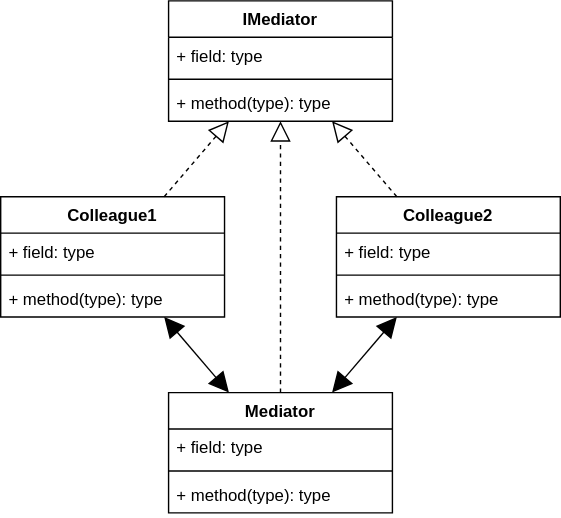
Before: img/mediator_concept.svg, a diagram exported from draw.io (Sean-Bradley/Design-Patterns-In-Python). Source tidied: cells renumbered, new cells last; positions are measured from the earlier drawing's top-left corner, leaving out a move shared by most shapes.
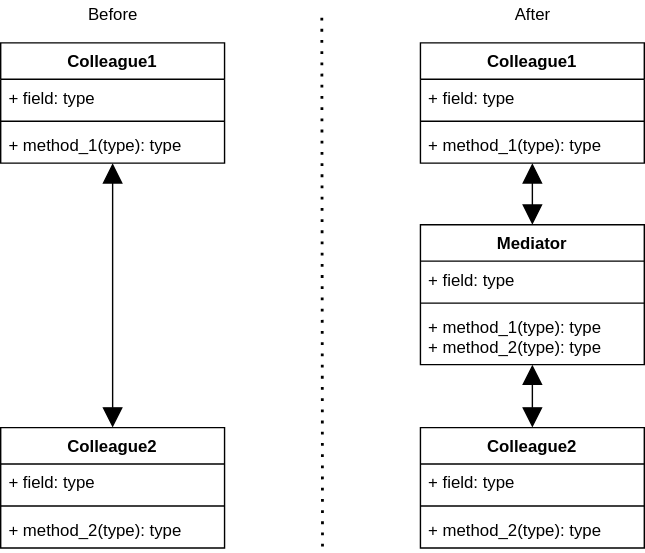
Later version of the same file.

What changed in the source:
```diff
@@ -2,26 +2,11 @@
   <root>
     <mxCell id="0" />
     <mxCell id="1" parent="0" />
-    <mxCell id="2" style="rounded=0;jettySize=auto;html=1;endArrow=block;endFill=0;dashed=1;startSize=6;endSize=12;" parent="1" edge="1" source="8" target="3">
-      <mxGeometry relative="1" as="geometry" />
-    </mxCell>
-    <mxCell id="3" value="IMediator" style="swimlane;fontStyle=1;align=center;verticalAlign=top;horizontal=1;startSize=26;" parent="1" vertex="1">
-      <mxGeometry x="120" width="160" height="86" as="geometry" />
-    </mxCell>
-    <mxCell id="4" value="+ field: type" style="text;strokeColor=none;fillColor=none;align=left;verticalAlign=top;spacingLeft=4;spacingRight=4;overflow=hidden;" parent="3" vertex="1">
-      <mxGeometry y="26" width="160" height="26" as="geometry" />
-    </mxCell>
-    <mxCell id="5" style="line;strokeWidth=1;fillColor=none;align=left;verticalAlign=middle;spacingTop=-1;spacingLeft=3;spacingRight=3;labelPosition=right;" parent="3" vertex="1">
-      <mxGeometry y="52" width="160" height="8" as="geometry" />
-    </mxCell>
-    <mxCell id="6" value="+ method(type): type" style="text;strokeColor=none;fillColor=none;align=left;verticalAlign=top;spacingLeft=4;spacingRight=4;overflow=hidden;" parent="3" vertex="1">
-      <mxGeometry y="60" width="160" height="26" as="geometry" />
-    </mxCell>
-    <mxCell id="7" style="endArrow=block;endFill=1;endSize=12;html=1;startArrow=block;startFill=1;startSize=12;" parent="1" edge="1" source="16" target="8">
+    <mxCell id="7" style="endArrow=block;endFill=1;endSize=12;html=1;startArrow=block;startFill=1;startSize=12;" parent="1" edge="1" source="23" target="27">
       <mxGeometry relative="1" as="geometry" />
     </mxCell>
     <mxCell id="8" value="Mediator" style="swimlane;fontStyle=1;align=center;verticalAlign=top;horizontal=1;startSize=26;" parent="1" vertex="1">
-      <mxGeometry x="120" y="280" width="160" height="86" as="geometry" />
+      <mxGeometry x="370" y="170" width="160" height="100" as="geometry" />
     </mxCell>
     <mxCell id="9" value="+ field: type" style="text;strokeColor=none;fillColor=none;align=left;verticalAlign=top;spacingLeft=4;spacingRight=4;overflow=hidden;" parent="8" vertex="1">
       <mxGeometry y="26" width="160" height="26" as="geometry" />
@@ -29,11 +14,11 @@
     <mxCell id="10" style="line;strokeWidth=1;fillColor=none;align=left;verticalAlign=middle;spacingTop=-1;spacingLeft=3;spacingRight=3;labelPosition=right;" parent="8" vertex="1">
       <mxGeometry y="52" width="160" height="8" as="geometry" />
     </mxCell>
-    <mxCell id="11" value="+ method(type): type" style="text;strokeColor=none;fillColor=none;align=left;verticalAlign=top;spacingLeft=4;spacingRight=4;overflow=hidden;" parent="8" vertex="1">
-      <mxGeometry y="60" width="160" height="26" as="geometry" />
+    <mxCell id="11" value="+ method_1(type): type&#10;+ method_2(type): type" style="text;strokeColor=none;fillColor=none;align=left;verticalAlign=top;spacingLeft=4;spacingRight=4;overflow=hidden;" parent="8" vertex="1">
+      <mxGeometry y="60" width="160" height="40" as="geometry" />
     </mxCell>
     <mxCell id="12" value="Colleague1" style="swimlane;fontStyle=1;align=center;verticalAlign=top;horizontal=1;startSize=26;" parent="1" vertex="1">
-      <mxGeometry y="140" width="160" height="86" as="geometry" />
+      <mxGeometry x="370" y="40" width="160" height="86" as="geometry" />
     </mxCell>
     <mxCell id="13" value="+ field: type" style="text;strokeColor=none;fillColor=none;align=left;verticalAlign=top;spacingLeft=4;spacingRight=4;overflow=hidden;" parent="12" vertex="1">
       <mxGeometry y="26" width="160" height="26" as="geometry" />
@@ -41,11 +26,11 @@
     <mxCell id="14" style="line;strokeWidth=1;fillColor=none;align=left;verticalAlign=middle;spacingTop=-1;spacingLeft=3;spacingRight=3;labelPosition=right;" parent="12" vertex="1">
       <mxGeometry y="52" width="160" height="8" as="geometry" />
     </mxCell>
-    <mxCell id="15" value="+ method(type): type" style="text;strokeColor=none;fillColor=none;align=left;verticalAlign=top;spacingLeft=4;spacingRight=4;overflow=hidden;" parent="12" vertex="1">
+    <mxCell id="15" value="+ method_1(type): type" style="text;strokeColor=none;fillColor=none;align=left;verticalAlign=top;spacingLeft=4;spacingRight=4;overflow=hidden;" parent="12" vertex="1">
       <mxGeometry y="60" width="160" height="26" as="geometry" />
     </mxCell>
     <mxCell id="16" value="Colleague2" style="swimlane;fontStyle=1;align=center;verticalAlign=top;horizontal=1;startSize=26;" parent="1" vertex="1">
-      <mxGeometry x="240" y="140" width="160" height="86" as="geometry" />
+      <mxGeometry x="370" y="315" width="160" height="86" as="geometry" />
     </mxCell>
     <mxCell id="17" value="+ field: type" style="text;strokeColor=none;fillColor=none;align=left;verticalAlign=top;spacingLeft=4;spacingRight=4;overflow=hidden;" parent="16" vertex="1">
       <mxGeometry y="26" width="160" height="26" as="geometry" />
@@ -53,17 +38,50 @@
     <mxCell id="18" style="line;strokeWidth=1;fillColor=none;align=left;verticalAlign=middle;spacingTop=-1;spacingLeft=3;spacingRight=3;labelPosition=right;" parent="16" vertex="1">
       <mxGeometry y="52" width="160" height="8" as="geometry" />
     </mxCell>
-    <mxCell id="19" value="+ method(type): type" style="text;strokeColor=none;fillColor=none;align=left;verticalAlign=top;spacingLeft=4;spacingRight=4;overflow=hidden;" parent="16" vertex="1">
+    <mxCell id="19" value="+ method_2(type): type" style="text;strokeColor=none;fillColor=none;align=left;verticalAlign=top;spacingLeft=4;spacingRight=4;overflow=hidden;" parent="16" vertex="1">
       <mxGeometry y="60" width="160" height="26" as="geometry" />
     </mxCell>
     <mxCell id="20" style="endArrow=block;endFill=1;endSize=12;html=1;startArrow=block;startFill=1;startSize=12;" parent="1" edge="1" source="8" target="12">
       <mxGeometry relative="1" as="geometry" />
     </mxCell>
-    <mxCell id="21" style="rounded=0;jettySize=auto;html=1;endArrow=block;endFill=0;dashed=1;startSize=6;endSize=12;" parent="1" edge="1" source="12" target="3">
-      <mxGeometry relative="1" as="geometry" />
-    </mxCell>
-    <mxCell id="22" style="rounded=0;jettySize=auto;html=1;endArrow=block;endFill=0;dashed=1;startSize=6;endSize=12;" parent="1" edge="1" source="16" target="3">
-      <mxGeometry relative="1" as="geometry" />
-    </mxCell>
+    <mxCell id="23" value="Colleague1" style="swimlane;fontStyle=1;align=center;verticalAlign=top;horizontal=1;startSize=26;" parent="1" vertex="1">
+      <mxGeometry x="70" y="40" width="160" height="86" as="geometry" />
+    </mxCell>
+    <mxCell id="24" value="+ field: type" style="text;strokeColor=none;fillColor=none;align=left;verticalAlign=top;spacingLeft=4;spacingRight=4;overflow=hidden;" parent="23" vertex="1">
+      <mxGeometry y="26" width="160" height="26" as="geometry" />
+    </mxCell>
+    <mxCell id="25" style="line;strokeWidth=1;fillColor=none;align=left;verticalAlign=middle;spacingTop=-1;spacingLeft=3;spacingRight=3;labelPosition=right;" parent="23" vertex="1">
+      <mxGeometry y="52" width="160" height="8" as="geometry" />
+    </mxCell>
+    <mxCell id="26" value="+ method_1(type): type" style="text;strokeColor=none;fillColor=none;align=left;verticalAlign=top;spacingLeft=4;spacingRight=4;overflow=hidden;" parent="23" vertex="1">
+      <mxGeometry y="60" width="160" height="26" as="geometry" />
+    </mxCell>
+    <mxCell id="27" value="Colleague2" style="swimlane;fontStyle=1;align=center;verticalAlign=top;horizontal=1;startSize=26;" parent="1" vertex="1">
+      <mxGeometry x="70" y="315" width="160" height="86" as="geometry" />
+    </mxCell>
+    <mxCell id="28" value="+ field: type" style="text;strokeColor=none;fillColor=none;align=left;verticalAlign=top;spacingLeft=4;spacingRight=4;overflow=hidden;" parent="27" vertex="1">
+      <mxGeometry y="26" width="160" height="26" as="geometry" />
+    </mxCell>
+    <mxCell id="29" style="line;strokeWidth=1;fillColor=none;align=left;verticalAlign=middle;spacingTop=-1;spacingLeft=3;spacingRight=3;labelPosition=right;" parent="27" vertex="1">
+      <mxGeometry y="52" width="160" height="8" as="geometry" />
+    </mxCell>
+    <mxCell id="30" value="+ method_2(type): type" style="text;strokeColor=none;fillColor=none;align=left;verticalAlign=top;spacingLeft=4;spacingRight=4;overflow=hidden;" parent="27" vertex="1">
+      <mxGeometry y="60" width="160" height="26" as="geometry" />
+    </mxCell>
+    <mxCell id="31" style="endArrow=none;dashed=1;html=1;dashPattern=1 3;strokeWidth=2;" parent="1" edge="1">
+      <mxGeometry relative="1" as="geometry">
+        <mxPoint x="300" y="400" as="sourcePoint" />
+        <mxPoint x="299.5" y="16" as="targetPoint" />
+      </mxGeometry>
+    </mxCell>
+    <mxCell id="32" value="Before" style="text;html=1;align=center;verticalAlign=middle;" parent="1" vertex="1">
+      <mxGeometry x="125" y="10" width="50" height="20" as="geometry" />
+    </mxCell>
+    <mxCell id="33" value="After" style="text;html=1;align=center;verticalAlign=middle;" parent="1" vertex="1">
+      <mxGeometry x="430" y="10" width="40" height="20" as="geometry" />
+    </mxCell>
+    <mxCell id="34" style="endArrow=block;endFill=1;endSize=12;html=1;startArrow=block;startFill=1;startSize=12;" parent="1" edge="1" source="8" target="16">
+      <mxGeometry relative="1" as="geometry" />
+    </mxCell>
   </root>
 </mxGraphModel>
```
